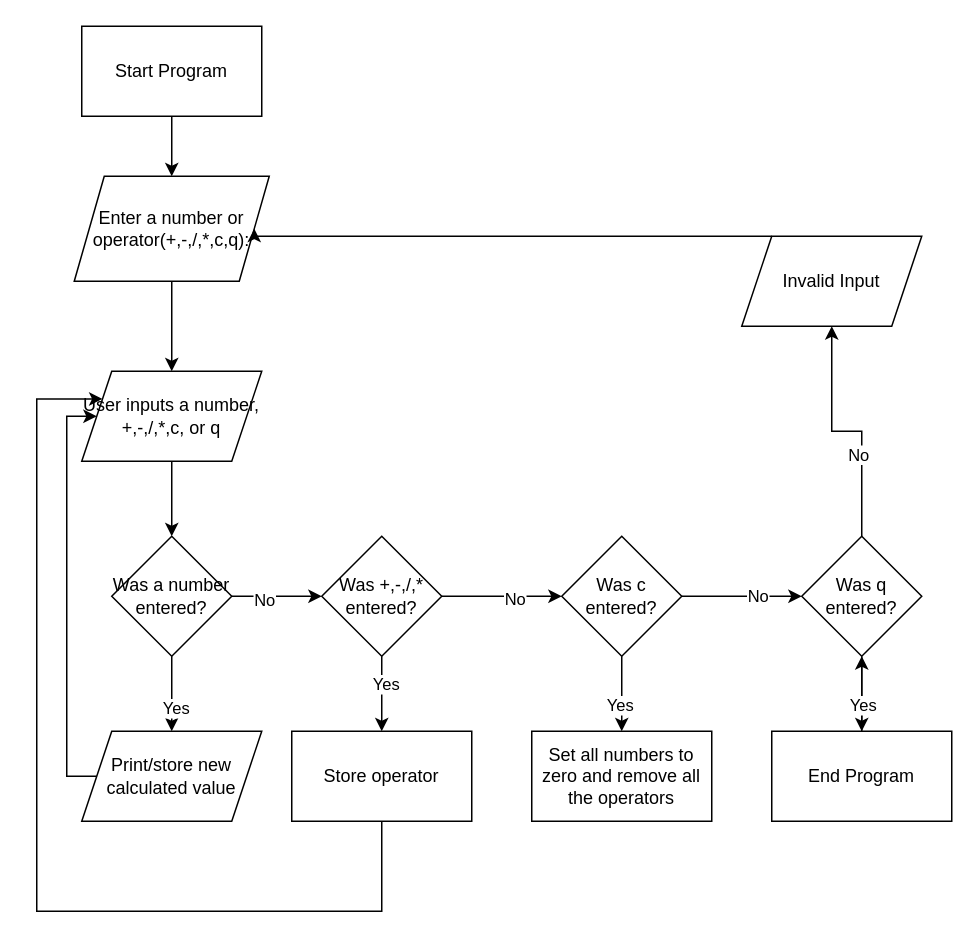
Above: AdvLoops.drawio in ip1200-Wilson/First-repository (draw.io), before the change. Source tidied: cells renumbered, new cells numbered last; positions are measured from the earlier drawing's top-left corner, leaving out a move shared by most shapes. Both pictures are drawn from the tidied source at 150%, with x=0, y=0 at pixel (36, 26).
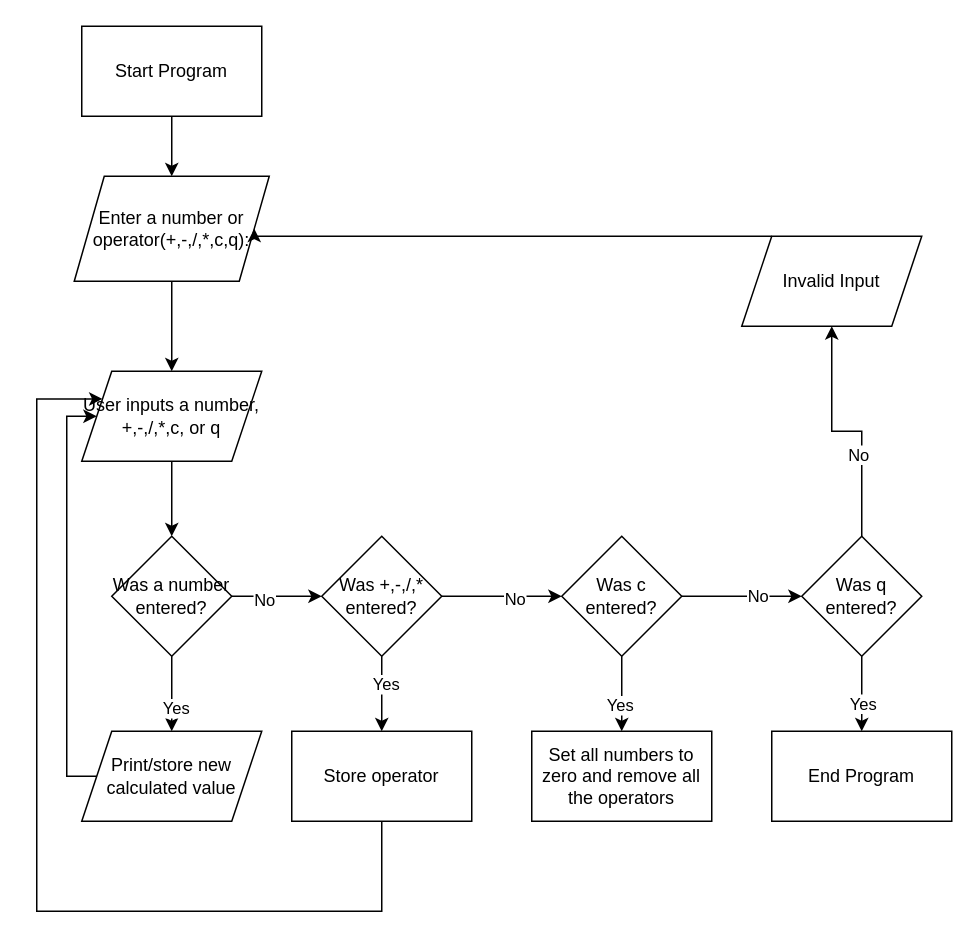
Above is the later version.

The change refers to these unchanged cells:
```xml
<mxCell id="32" value="Was q entered?" style="rhombus;whiteSpace=wrap;html=1;" parent="1" vertex="1">
  <mxGeometry x="510" y="340" width="80" height="80" as="geometry" />
</mxCell>
<mxCell id="35" value="End Program" style="whiteSpace=wrap;html=1;" parent="1" vertex="1">
  <mxGeometry x="490" y="470" width="120" height="60" as="geometry" />
</mxCell>
```

The edit, as a diff of the source:
```diff
@@
     <mxCell id="31" style="edgeStyle=orthogonalEdgeStyle;rounded=0;jettySize=auto;html=1;" parent="1" edge="1" source="32" target="35">
-      <mxGeometry relative="1" as="geometry" />
+      <mxGeometry relative="1" as="geometry">
+        <Array as="points">
+          <mxPoint x="550" y="480" />
+          <mxPoint x="550" y="480" />
+        </Array>
+      </mxGeometry>
     </mxCell>
+    <mxCell id="34" value="Yes" style="edgeLabel;html=1;align=center;verticalAlign=middle;" parent="31" vertex="1">
+      <mxGeometry x="0.24" relative="1" as="geometry" />
+    </mxCell>
@@
-    <mxCell id="33" style="edgeStyle=orthogonalEdgeStyle;rounded=0;jettySize=auto;html=1;" parent="1" edge="1" source="35" target="32">
-      <mxGeometry relative="1" as="geometry" />
-    </mxCell>
-    <mxCell id="34" value="Yes" style="edgeLabel;html=1;align=center;verticalAlign=middle;" parent="33" vertex="1">
-      <mxGeometry x="-0.27" relative="1" as="geometry" />
-    </mxCell>
```
